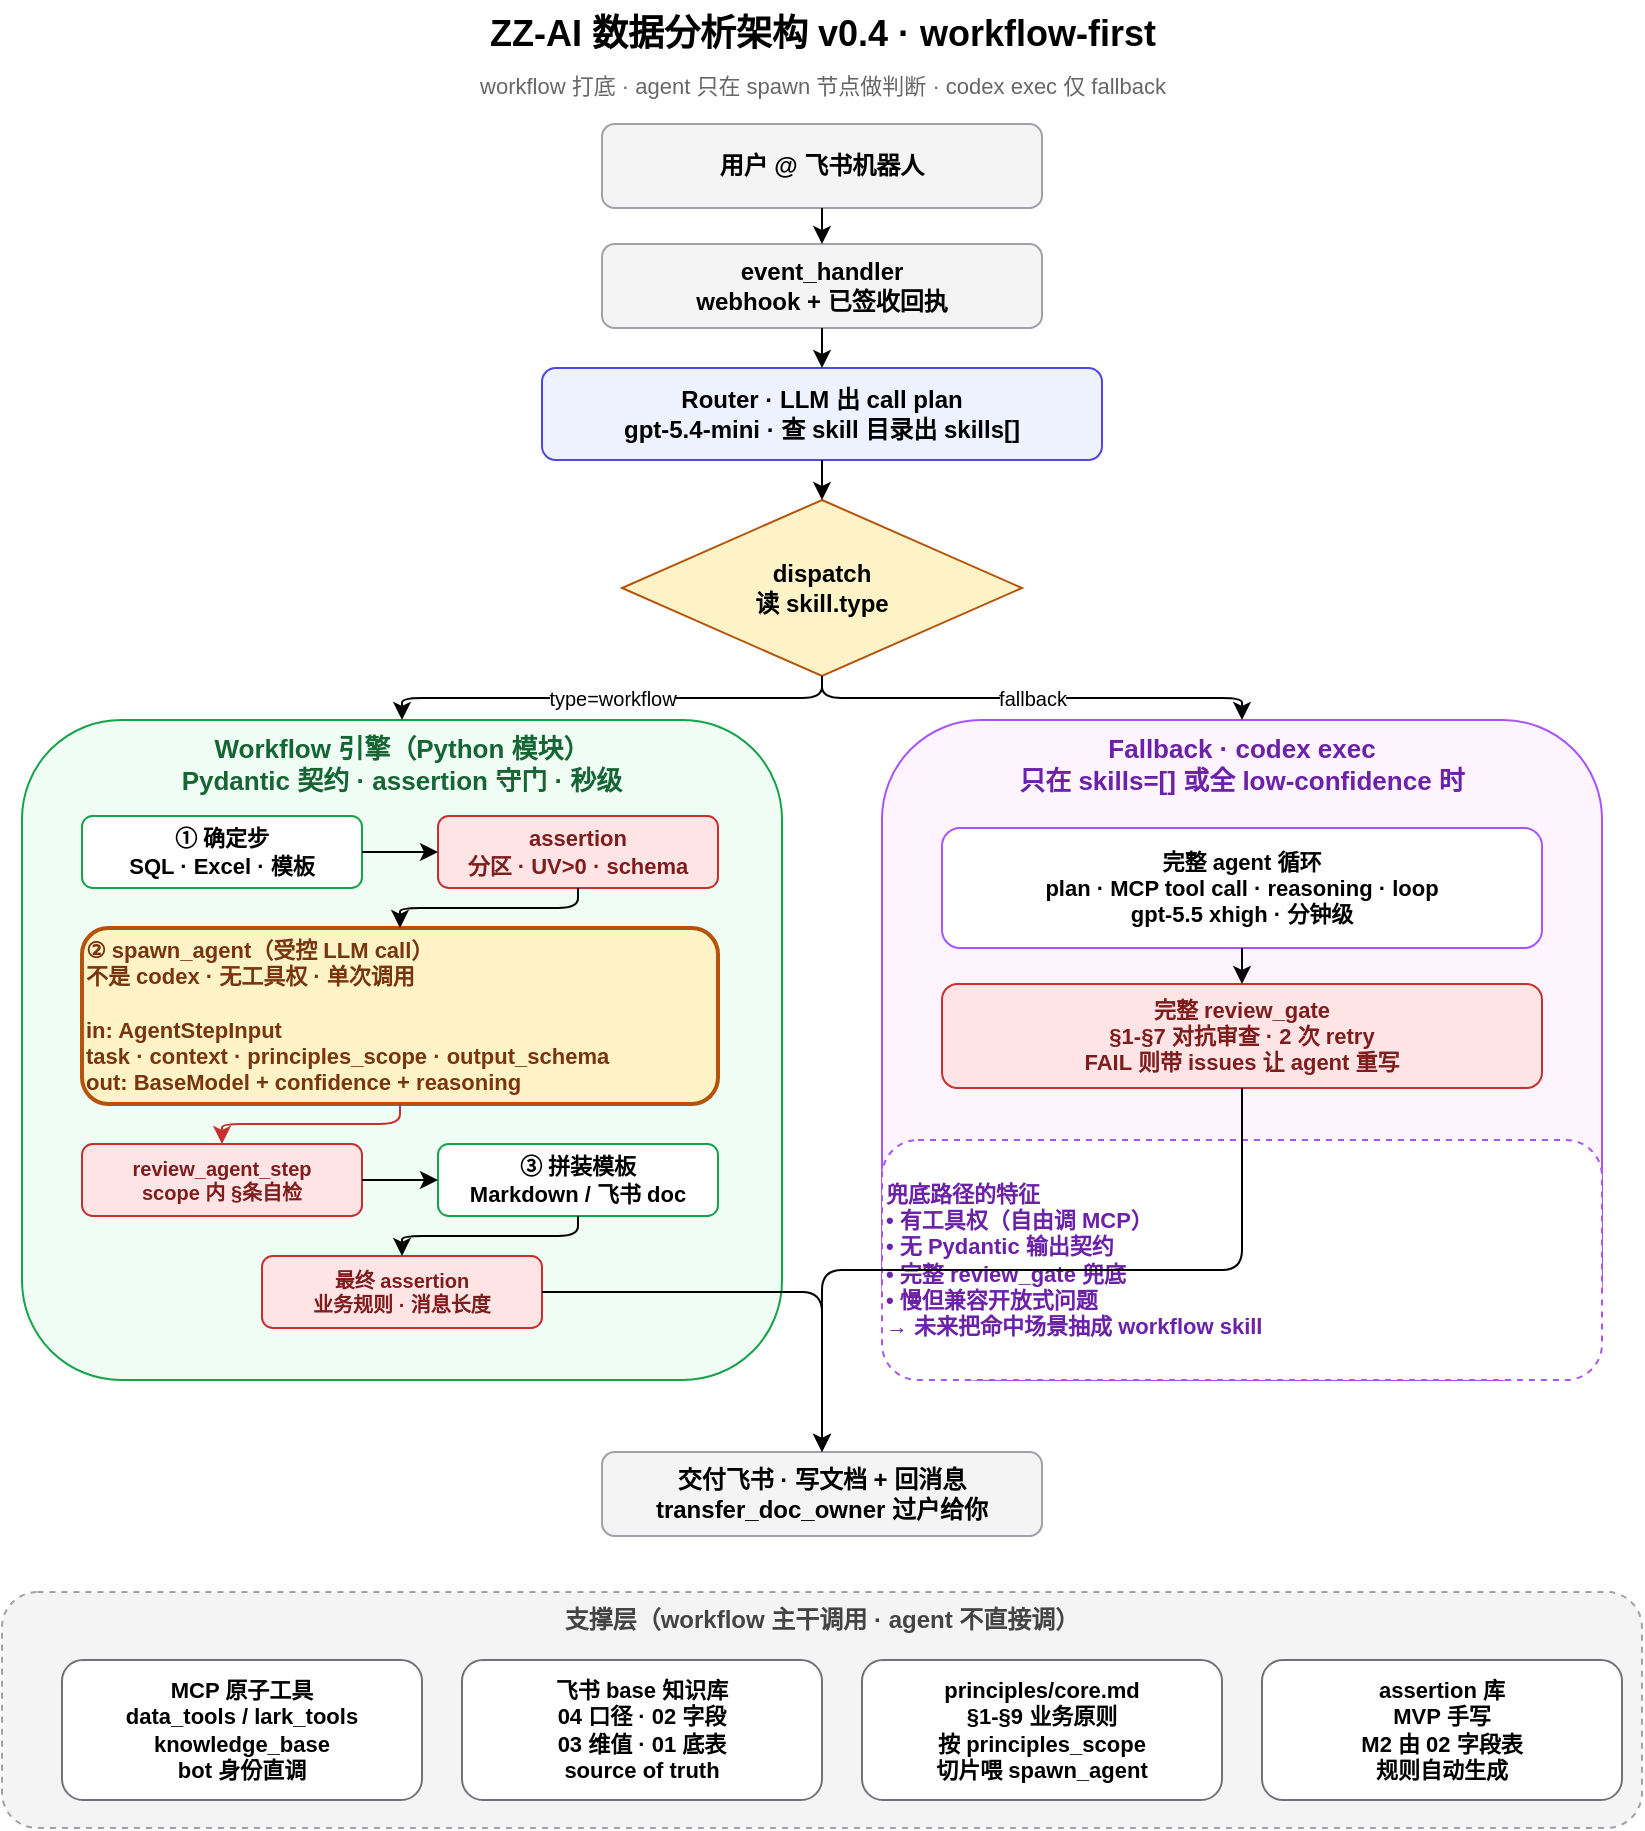
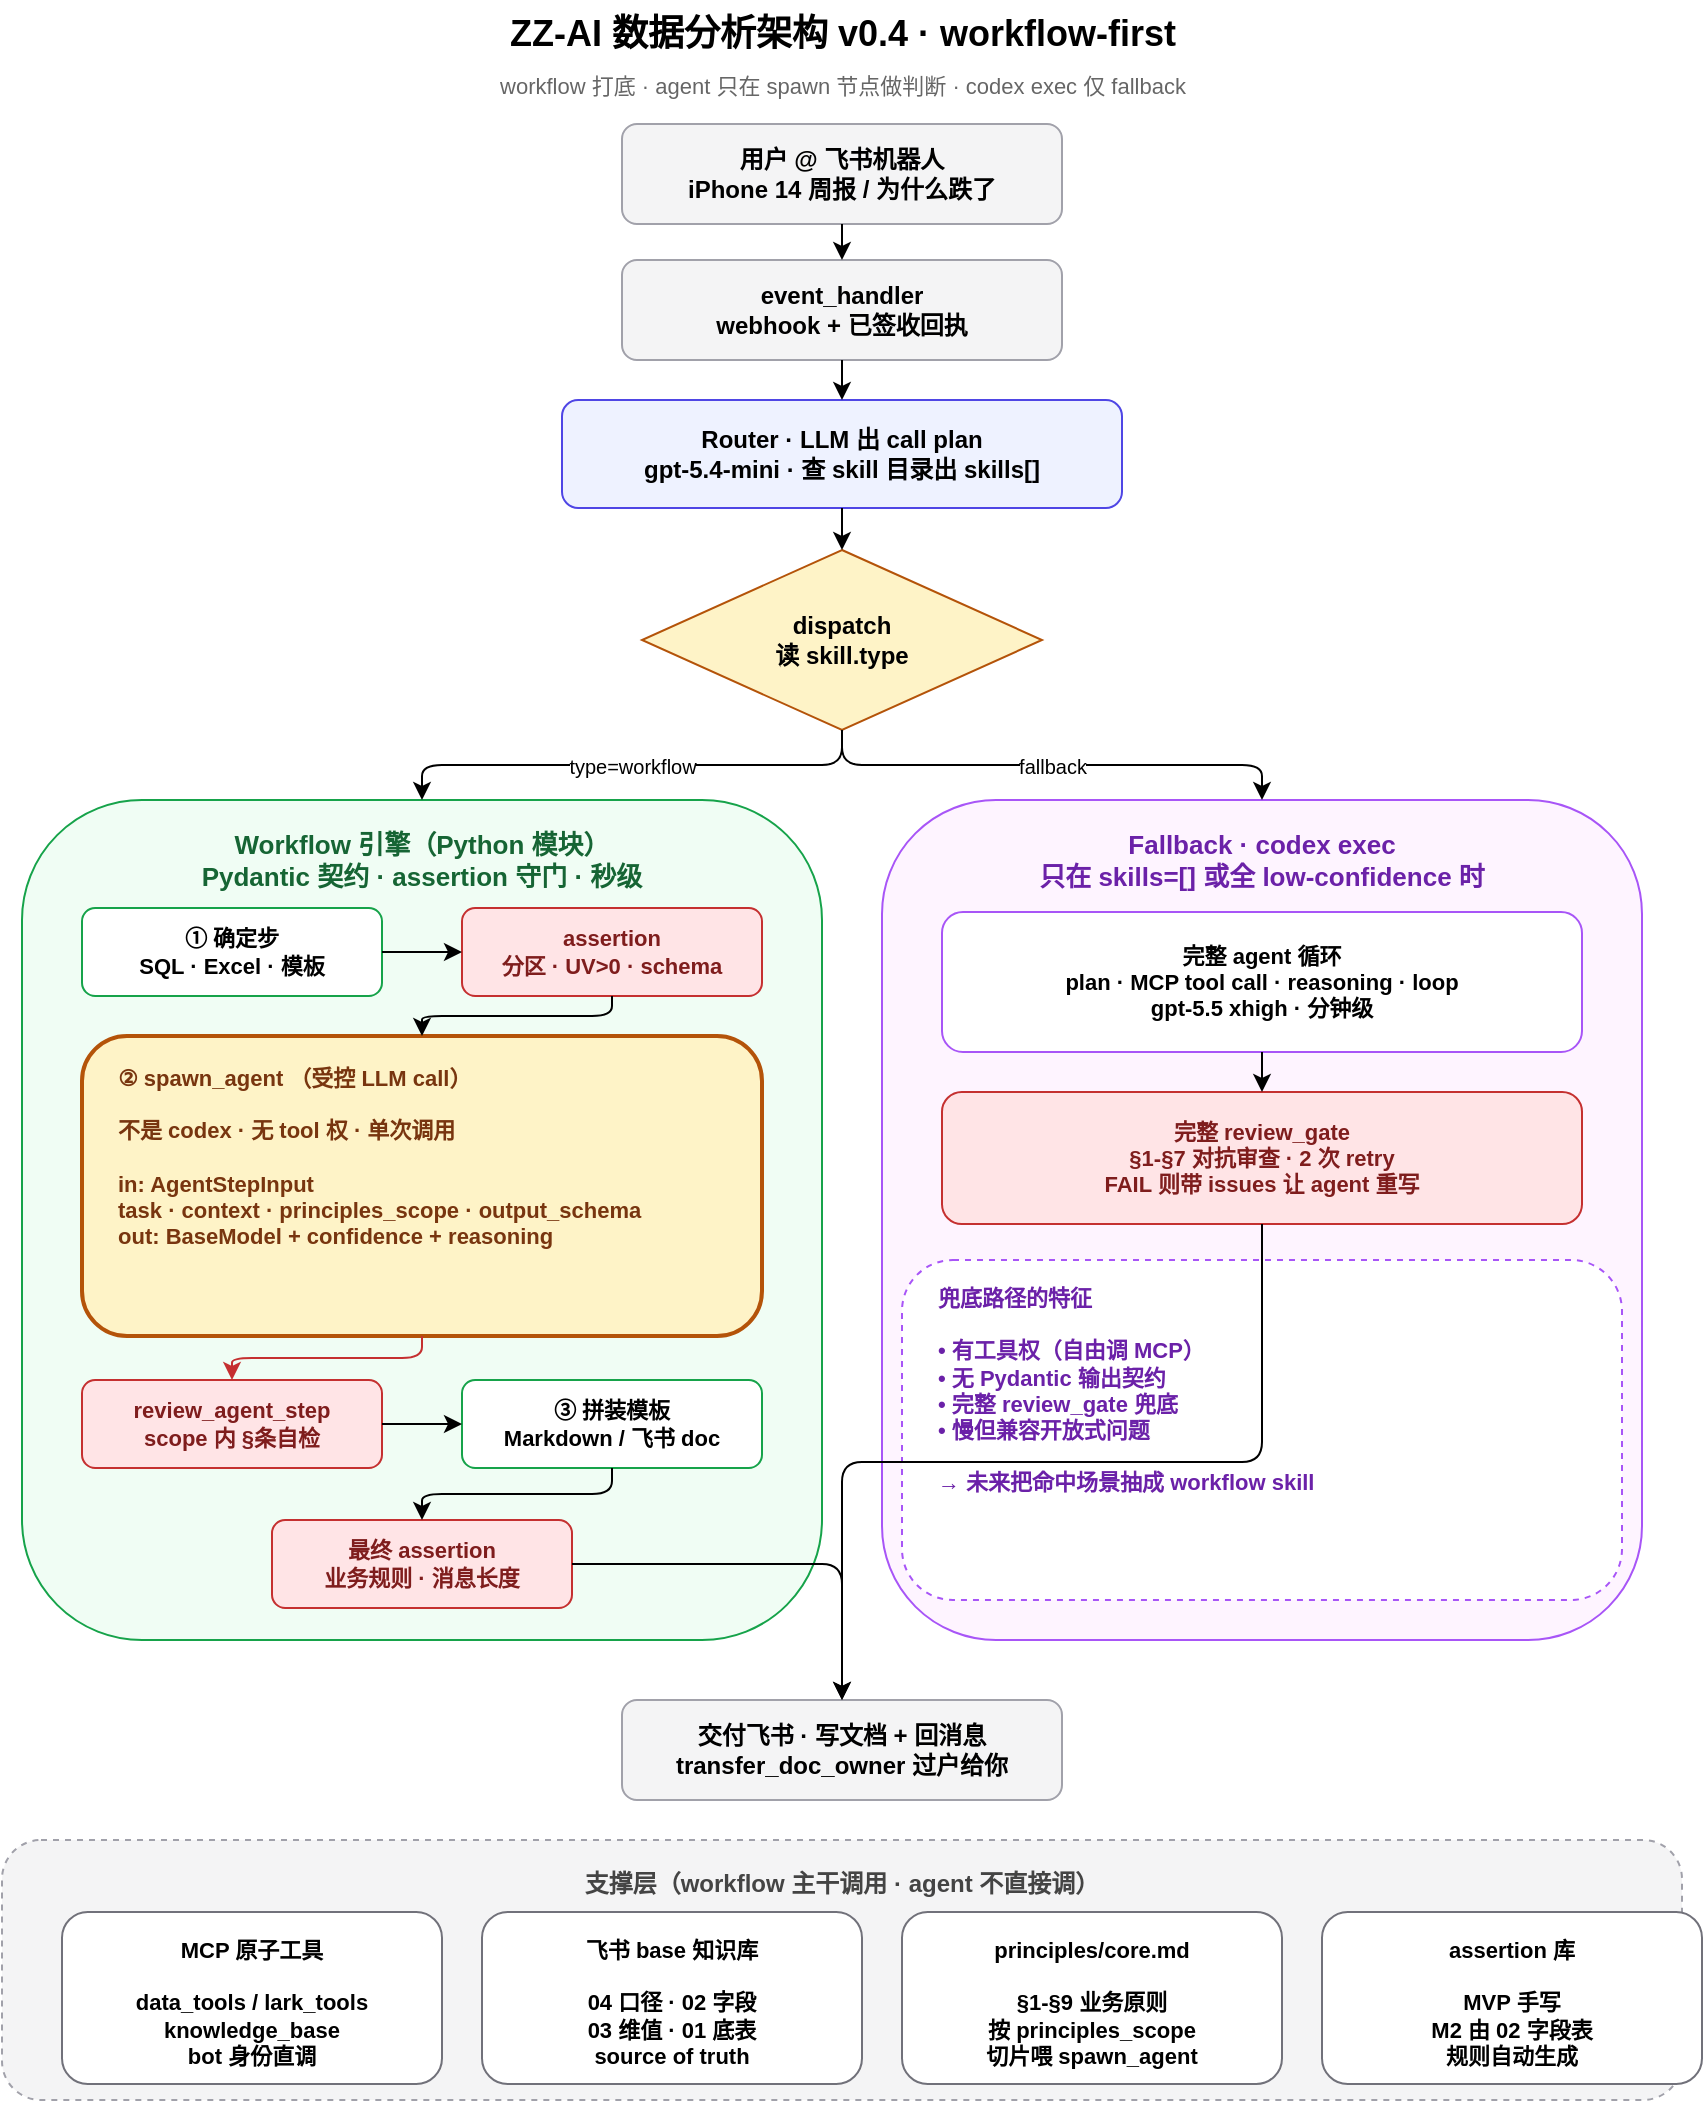
<mxfile host="app.diagrams.net" agent="claude" version="24.0.0">
  <diagram name="v0.4-workflow-first" id="arch">
-     <mxGraphModel dx="1422" dy="900" grid="1" gridSize="10" guides="1" tooltips="1" connect="1" arrows="1" fold="1" page="1" pageScale="1" pageWidth="940" pageHeight="940" math="0" shadow="0">
+     <mxGraphModel dx="1422" dy="900" grid="1" gridSize="10" guides="1" tooltips="1" connect="1" arrows="1" fold="1" page="1" pageScale="1" pageWidth="940" pageHeight="1020" math="0" shadow="0">
      <root>
        <mxCell id="0"/>
        <mxCell id="1" parent="0"/>
        <mxCell id="title" value="ZZ-AI 数据分析架构 v0.4 · workflow-first" style="text;html=1;strokeColor=none;fillColor=none;align=center;fontSize=18;fontStyle=1" vertex="1" parent="1"><mxGeometry x="220" y="10" width="500" height="30" as="geometry"/></mxCell>
        <mxCell id="subtitle" value="workflow 打底 · agent 只在 spawn 节点做判断 · codex exec 仅 fallback" style="text;html=1;strokeColor=none;fillColor=none;align=center;fontSize=11;fontColor=#666" vertex="1" parent="1"><mxGeometry x="220" y="40" width="500" height="20" as="geometry"/></mxCell>
-         <mxCell id="user" value="用户 @ 飞书机器人" style="rounded=1;whiteSpace=wrap;html=1;fillColor=#f4f4f5;strokeColor=#a1a1aa;fontSize=12;fontStyle=1" vertex="1" parent="1"><mxGeometry x="360" y="72" width="220" height="42" as="geometry"/></mxCell>
-         <mxCell id="event" value="event_handler&#10;webhook + 已签收回执" style="rounded=1;whiteSpace=wrap;html=1;fillColor=#f4f4f5;strokeColor=#a1a1aa;fontSize=12;fontStyle=1" vertex="1" parent="1"><mxGeometry x="360" y="132" width="220" height="42" as="geometry"/></mxCell>
-         <mxCell id="router" value="Router · LLM 出 call plan&#10;gpt-5.4-mini · 查 skill 目录出 skills[]" style="rounded=1;whiteSpace=wrap;html=1;fillColor=#eef2ff;strokeColor=#4f46e5;fontSize=12;fontStyle=1" vertex="1" parent="1"><mxGeometry x="330" y="194" width="280" height="46" as="geometry"/></mxCell>
-         <mxCell id="dispatch" value="dispatch&#10;读 skill.type" style="rhombus;whiteSpace=wrap;html=1;fillColor=#fef3c7;strokeColor=#b45309;fontSize=12;fontStyle=1" vertex="1" parent="1"><mxGeometry x="370" y="260" width="200" height="88" as="geometry"/></mxCell>
-         <mxCell id="wf-container" value="Workflow 引擎（Python 模块）&#10;Pydantic 契约 · assertion 守门 · 秒级" style="rounded=1;whiteSpace=wrap;html=1;fillColor=#f0fdf4;strokeColor=#16a34a;fontSize=13;fontStyle=1;fontColor=#166534;verticalAlign=top" vertex="1" parent="1"><mxGeometry x="70" y="370" width="380" height="330" as="geometry"/></mxCell>
-         <mxCell id="wf1" value="① 确定步&#10;SQL · Excel · 模板" style="rounded=1;whiteSpace=wrap;html=1;fillColor=#ffffff;strokeColor=#16a34a;fontSize=11;fontStyle=1" vertex="1" parent="1"><mxGeometry x="100" y="418" width="140" height="36" as="geometry"/></mxCell>
-         <mxCell id="wf-assert1" value="assertion&#10;分区 · UV&gt;0 · schema" style="rounded=1;whiteSpace=wrap;html=1;fillColor=#ffe4e6;strokeColor=#c53030;fontSize=11;fontStyle=1;fontColor=#7f1d1d" vertex="1" parent="1"><mxGeometry x="278" y="418" width="140" height="36" as="geometry"/></mxCell>
-         <mxCell id="spawn" value="② spawn_agent（受控 LLM call）&#10;不是 codex · 无工具权 · 单次调用&#10;&#10;in:  AgentStepInput&#10;    task · context · principles_scope · output_schema&#10;out: BaseModel + confidence + reasoning" style="rounded=1;whiteSpace=wrap;html=1;fillColor=#fef3c7;strokeColor=#b45309;strokeWidth=2;fontSize=11;fontStyle=1;fontColor=#78350f;align=left" vertex="1" parent="1"><mxGeometry x="100" y="474" width="318" height="88" as="geometry"/></mxCell>
-         <mxCell id="wf-review" value="review_agent_step&#10;scope 内 §条自检" style="rounded=1;whiteSpace=wrap;html=1;fillColor=#ffe4e6;strokeColor=#c53030;fontSize=10;fontStyle=1;fontColor=#7f1d1d" vertex="1" parent="1"><mxGeometry x="100" y="582" width="140" height="36" as="geometry"/></mxCell>
-         <mxCell id="wf3" value="③ 拼装模板&#10;Markdown / 飞书 doc" style="rounded=1;whiteSpace=wrap;html=1;fillColor=#ffffff;strokeColor=#16a34a;fontSize=11;fontStyle=1" vertex="1" parent="1"><mxGeometry x="278" y="582" width="140" height="36" as="geometry"/></mxCell>
-         <mxCell id="wf-final" value="最终 assertion&#10;业务规则 · 消息长度" style="rounded=1;whiteSpace=wrap;html=1;fillColor=#ffe4e6;strokeColor=#c53030;fontSize=10;fontStyle=1;fontColor=#7f1d1d" vertex="1" parent="1"><mxGeometry x="190" y="638" width="140" height="36" as="geometry"/></mxCell>
-         <mxCell id="fb-container" value="Fallback · codex exec&#10;只在 skills=[] 或全 low-confidence 时" style="rounded=1;whiteSpace=wrap;html=1;fillColor=#fef4ff;strokeColor=#a855f7;fontSize=13;fontStyle=1;fontColor=#6b21a8;verticalAlign=top" vertex="1" parent="1"><mxGeometry x="500" y="370" width="360" height="330" as="geometry"/></mxCell>
-         <mxCell id="fb-loop" value="完整 agent 循环&#10;plan · MCP tool call · reasoning · loop&#10;gpt-5.5 xhigh · 分钟级" style="rounded=1;whiteSpace=wrap;html=1;fillColor=#ffffff;strokeColor=#a855f7;fontSize=11;fontStyle=1" vertex="1" parent="1"><mxGeometry x="530" y="424" width="300" height="60" as="geometry"/></mxCell>
-         <mxCell id="fb-review" value="完整 review_gate&#10;§1-§7 对抗审查 · 2 次 retry&#10;FAIL 则带 issues 让 agent 重写" style="rounded=1;whiteSpace=wrap;html=1;fillColor=#ffe4e6;strokeColor=#c53030;fontSize=11;fontStyle=1;fontColor=#7f1d1d" vertex="1" parent="1"><mxGeometry x="530" y="502" width="300" height="52" as="geometry"/></mxCell>
-         <mxCell id="fb-notes" value="兜底路径的特征&#10;• 有工具权（自由调 MCP）&#10;• 无 Pydantic 输出契约&#10;• 完整 review_gate 兜底&#10;• 慢但兼容开放式问题&#10;→ 未来把命中场景抽成 workflow skill" style="rounded=1;whiteSpace=wrap;html=1;fillColor=#ffffff;strokeColor=#a855f7;dashed=1;fontSize=11;fontStyle=1;fontColor=#6b21a8;align=left" vertex="1" parent="1"><mxGeometry x="500" y="580" width="360" height="120" as="geometry"/></mxCell>
-         <mxCell id="deliver" value="交付飞书 · 写文档 + 回消息&#10;transfer_doc_owner 过户给你" style="rounded=1;whiteSpace=wrap;html=1;fillColor=#f4f4f5;strokeColor=#a1a1aa;fontSize=12;fontStyle=1" vertex="1" parent="1"><mxGeometry x="360" y="736" width="220" height="42" as="geometry"/></mxCell>
-         <mxCell id="sup" value="支撑层（workflow 主干调用 · agent 不直接调）" style="rounded=1;whiteSpace=wrap;html=1;fillColor=#f4f4f5;strokeColor=#a1a1aa;dashed=1;fontSize=12;fontStyle=1;verticalAlign=top;fontColor=#444" vertex="1" parent="1"><mxGeometry x="60" y="806" width="820" height="118" as="geometry"/></mxCell>
-         <mxCell id="sup-mcp" value="MCP 原子工具&#10;data_tools / lark_tools&#10;knowledge_base&#10;bot 身份直调" style="rounded=1;whiteSpace=wrap;html=1;fillColor=#ffffff;strokeColor=#71717a;fontSize=11;fontStyle=1" vertex="1" parent="1"><mxGeometry x="90" y="840" width="180" height="70" as="geometry"/></mxCell>
-         <mxCell id="sup-base" value="飞书 base 知识库&#10;04 口径 · 02 字段&#10;03 维值 · 01 底表&#10;source of truth" style="rounded=1;whiteSpace=wrap;html=1;fillColor=#ffffff;strokeColor=#71717a;fontSize=11;fontStyle=1" vertex="1" parent="1"><mxGeometry x="290" y="840" width="180" height="70" as="geometry"/></mxCell>
-         <mxCell id="sup-princ" value="principles/core.md&#10;§1-§9 业务原则&#10;按 principles_scope&#10;切片喂 spawn_agent" style="rounded=1;whiteSpace=wrap;html=1;fillColor=#ffffff;strokeColor=#71717a;fontSize=11;fontStyle=1" vertex="1" parent="1"><mxGeometry x="490" y="840" width="180" height="70" as="geometry"/></mxCell>
-         <mxCell id="sup-assert" value="assertion 库&#10;MVP 手写&#10;M2 由 02 字段表&#10;规则自动生成" style="rounded=1;whiteSpace=wrap;html=1;fillColor=#ffffff;strokeColor=#71717a;fontSize=11;fontStyle=1" vertex="1" parent="1"><mxGeometry x="690" y="840" width="180" height="70" as="geometry"/></mxCell>
+         <mxCell id="user" value="用户 @ 飞书机器人&#10;iPhone 14 周报 / 为什么跌了" style="rounded=1;whiteSpace=wrap;html=1;fillColor=#f4f4f5;strokeColor=#a1a1aa;fontSize=12;fontStyle=1" vertex="1" parent="1"><mxGeometry x="360" y="72" width="220" height="50" as="geometry"/></mxCell>
+         <mxCell id="event" value="event_handler&#10;webhook + 已签收回执" style="rounded=1;whiteSpace=wrap;html=1;fillColor=#f4f4f5;strokeColor=#a1a1aa;fontSize=12;fontStyle=1" vertex="1" parent="1"><mxGeometry x="360" y="140" width="220" height="50" as="geometry"/></mxCell>
+         <mxCell id="router" value="Router · LLM 出 call plan&#10;gpt-5.4-mini · 查 skill 目录出 skills[]" style="rounded=1;whiteSpace=wrap;html=1;fillColor=#eef2ff;strokeColor=#4f46e5;fontSize=12;fontStyle=1" vertex="1" parent="1"><mxGeometry x="330" y="210" width="280" height="54" as="geometry"/></mxCell>
+         <mxCell id="dispatch" value="dispatch&#10;读 skill.type" style="rhombus;whiteSpace=wrap;html=1;fillColor=#fef3c7;strokeColor=#b45309;fontSize=12;fontStyle=1" vertex="1" parent="1"><mxGeometry x="370" y="285" width="200" height="90" as="geometry"/></mxCell>
+         <mxCell id="wf-container" value="Workflow 引擎（Python 模块）&#10;Pydantic 契约 · assertion 守门 · 秒级" style="rounded=1;whiteSpace=wrap;html=1;fillColor=#f0fdf4;strokeColor=#16a34a;fontSize=13;fontStyle=1;fontColor=#166534;verticalAlign=top;spacingTop=8" vertex="1" parent="1"><mxGeometry x="60" y="410" width="400" height="420" as="geometry"/></mxCell>
+         <mxCell id="wf1" value="① 确定步&#10;SQL · Excel · 模板" style="rounded=1;whiteSpace=wrap;html=1;fillColor=#ffffff;strokeColor=#16a34a;fontSize=11;fontStyle=1" vertex="1" parent="1"><mxGeometry x="90" y="464" width="150" height="44" as="geometry"/></mxCell>
+         <mxCell id="wf-assert1" value="assertion&#10;分区 · UV&gt;0 · schema" style="rounded=1;whiteSpace=wrap;html=1;fillColor=#ffe4e6;strokeColor=#c53030;fontSize=11;fontStyle=1;fontColor=#7f1d1d" vertex="1" parent="1"><mxGeometry x="280" y="464" width="150" height="44" as="geometry"/></mxCell>
+         <mxCell id="spawn" value="② spawn_agent （受控 LLM call）&#10;&#10;不是 codex · 无 tool 权 · 单次调用&#10;&#10;in:  AgentStepInput&#10;      task · context · principles_scope · output_schema&#10;out: BaseModel + confidence + reasoning" style="rounded=1;whiteSpace=wrap;html=1;fillColor=#fef3c7;strokeColor=#b45309;strokeWidth=2;fontSize=11;fontStyle=1;fontColor=#78350f;align=left;spacingLeft=16;spacingRight=12;spacingTop=8;spacingBottom=8;verticalAlign=top" vertex="1" parent="1"><mxGeometry x="90" y="528" width="340" height="150" as="geometry"/></mxCell>
+         <mxCell id="wf-review" value="review_agent_step&#10;scope 内 §条自检" style="rounded=1;whiteSpace=wrap;html=1;fillColor=#ffe4e6;strokeColor=#c53030;fontSize=11;fontStyle=1;fontColor=#7f1d1d" vertex="1" parent="1"><mxGeometry x="90" y="700" width="150" height="44" as="geometry"/></mxCell>
+         <mxCell id="wf3" value="③ 拼装模板&#10;Markdown / 飞书 doc" style="rounded=1;whiteSpace=wrap;html=1;fillColor=#ffffff;strokeColor=#16a34a;fontSize=11;fontStyle=1" vertex="1" parent="1"><mxGeometry x="280" y="700" width="150" height="44" as="geometry"/></mxCell>
+         <mxCell id="wf-final" value="最终 assertion&#10;业务规则 · 消息长度" style="rounded=1;whiteSpace=wrap;html=1;fillColor=#ffe4e6;strokeColor=#c53030;fontSize=11;fontStyle=1;fontColor=#7f1d1d" vertex="1" parent="1"><mxGeometry x="185" y="770" width="150" height="44" as="geometry"/></mxCell>
+         <mxCell id="fb-container" value="Fallback · codex exec&#10;只在 skills=[] 或全 low-confidence 时" style="rounded=1;whiteSpace=wrap;html=1;fillColor=#fef4ff;strokeColor=#a855f7;fontSize=13;fontStyle=1;fontColor=#6b21a8;verticalAlign=top;spacingTop=8" vertex="1" parent="1"><mxGeometry x="490" y="410" width="380" height="420" as="geometry"/></mxCell>
+         <mxCell id="fb-loop" value="完整 agent 循环&#10;plan · MCP tool call · reasoning · loop&#10;gpt-5.5 xhigh · 分钟级" style="rounded=1;whiteSpace=wrap;html=1;fillColor=#ffffff;strokeColor=#a855f7;fontSize=11;fontStyle=1" vertex="1" parent="1"><mxGeometry x="520" y="466" width="320" height="70" as="geometry"/></mxCell>
+         <mxCell id="fb-review" value="完整 review_gate&#10;§1-§7 对抗审查 · 2 次 retry&#10;FAIL 则带 issues 让 agent 重写" style="rounded=1;whiteSpace=wrap;html=1;fillColor=#ffe4e6;strokeColor=#c53030;fontSize=11;fontStyle=1;fontColor=#7f1d1d" vertex="1" parent="1"><mxGeometry x="520" y="556" width="320" height="66" as="geometry"/></mxCell>
+         <mxCell id="fb-notes" value="兜底路径的特征&#10;&#10;• 有工具权（自由调 MCP）&#10;• 无 Pydantic 输出契约&#10;• 完整 review_gate 兜底&#10;• 慢但兼容开放式问题&#10;&#10;→ 未来把命中场景抽成 workflow skill" style="rounded=1;whiteSpace=wrap;html=1;fillColor=#ffffff;strokeColor=#a855f7;dashed=1;fontSize=11;fontStyle=1;fontColor=#6b21a8;align=left;spacingLeft=16;verticalAlign=top;spacingTop=6" vertex="1" parent="1"><mxGeometry x="500" y="640" width="360" height="170" as="geometry"/></mxCell>
+         <mxCell id="deliver" value="交付飞书 · 写文档 + 回消息&#10;transfer_doc_owner 过户给你" style="rounded=1;whiteSpace=wrap;html=1;fillColor=#f4f4f5;strokeColor=#a1a1aa;fontSize=12;fontStyle=1" vertex="1" parent="1"><mxGeometry x="360" y="860" width="220" height="50" as="geometry"/></mxCell>
+         <mxCell id="sup" value="支撑层（workflow 主干调用 · agent 不直接调）" style="rounded=1;whiteSpace=wrap;html=1;fillColor=#f4f4f5;strokeColor=#a1a1aa;dashed=1;fontSize=12;fontStyle=1;verticalAlign=top;fontColor=#444;spacingTop=8" vertex="1" parent="1"><mxGeometry x="50" y="930" width="840" height="130" as="geometry"/></mxCell>
+         <mxCell id="sup-mcp" value="MCP 原子工具&#10;&#10;data_tools / lark_tools&#10;knowledge_base&#10;bot 身份直调" style="rounded=1;whiteSpace=wrap;html=1;fillColor=#ffffff;strokeColor=#71717a;fontSize=11;fontStyle=1;verticalAlign=top;spacingTop=6" vertex="1" parent="1"><mxGeometry x="80" y="966" width="190" height="86" as="geometry"/></mxCell>
+         <mxCell id="sup-base" value="飞书 base 知识库&#10;&#10;04 口径 · 02 字段&#10;03 维值 · 01 底表&#10;source of truth" style="rounded=1;whiteSpace=wrap;html=1;fillColor=#ffffff;strokeColor=#71717a;fontSize=11;fontStyle=1;verticalAlign=top;spacingTop=6" vertex="1" parent="1"><mxGeometry x="290" y="966" width="190" height="86" as="geometry"/></mxCell>
+         <mxCell id="sup-princ" value="principles/core.md&#10;&#10;§1-§9 业务原则&#10;按 principles_scope&#10;切片喂 spawn_agent" style="rounded=1;whiteSpace=wrap;html=1;fillColor=#ffffff;strokeColor=#71717a;fontSize=11;fontStyle=1;verticalAlign=top;spacingTop=6" vertex="1" parent="1"><mxGeometry x="500" y="966" width="190" height="86" as="geometry"/></mxCell>
+         <mxCell id="sup-assert" value="assertion 库&#10;&#10;MVP 手写&#10;M2 由 02 字段表&#10;规则自动生成" style="rounded=1;whiteSpace=wrap;html=1;fillColor=#ffffff;strokeColor=#71717a;fontSize=11;fontStyle=1;verticalAlign=top;spacingTop=6" vertex="1" parent="1"><mxGeometry x="710" y="966" width="190" height="86" as="geometry"/></mxCell>
        <mxCell id="e1" style="edgeStyle=orthogonalEdgeStyle;html=1;endArrow=classic" edge="1" parent="1" source="user" target="event"><mxGeometry relative="1" as="geometry"/></mxCell>
        <mxCell id="e2" style="edgeStyle=orthogonalEdgeStyle;html=1;endArrow=classic" edge="1" parent="1" source="event" target="router"><mxGeometry relative="1" as="geometry"/></mxCell>
        <mxCell id="e3" style="edgeStyle=orthogonalEdgeStyle;html=1;endArrow=classic" edge="1" parent="1" source="router" target="dispatch"><mxGeometry relative="1" as="geometry"/></mxCell>
        <mxCell id="e4" value="type=workflow" style="edgeStyle=orthogonalEdgeStyle;html=1;endArrow=classic;fontSize=10" edge="1" parent="1" source="dispatch" target="wf-container"><mxGeometry relative="1" as="geometry"/></mxCell>
        <mxCell id="e5" value="fallback" style="edgeStyle=orthogonalEdgeStyle;html=1;endArrow=classic;fontSize=10" edge="1" parent="1" source="dispatch" target="fb-container"><mxGeometry relative="1" as="geometry"/></mxCell>
        <mxCell id="e6" style="edgeStyle=orthogonalEdgeStyle;html=1;endArrow=classic" edge="1" parent="1" source="wf1" target="wf-assert1"><mxGeometry relative="1" as="geometry"/></mxCell>
        <mxCell id="e7" style="edgeStyle=orthogonalEdgeStyle;html=1;endArrow=classic" edge="1" parent="1" source="wf-assert1" target="spawn"><mxGeometry relative="1" as="geometry"/></mxCell>
        <mxCell id="e8" style="edgeStyle=orthogonalEdgeStyle;html=1;endArrow=classic;strokeColor=#c53030" edge="1" parent="1" source="spawn" target="wf-review"><mxGeometry relative="1" as="geometry"/></mxCell>
        <mxCell id="e9" style="edgeStyle=orthogonalEdgeStyle;html=1;endArrow=classic" edge="1" parent="1" source="wf-review" target="wf3"><mxGeometry relative="1" as="geometry"/></mxCell>
        <mxCell id="e10" style="edgeStyle=orthogonalEdgeStyle;html=1;endArrow=classic" edge="1" parent="1" source="wf3" target="wf-final"><mxGeometry relative="1" as="geometry"/></mxCell>
        <mxCell id="e11" style="edgeStyle=orthogonalEdgeStyle;html=1;endArrow=classic" edge="1" parent="1" source="wf-final" target="deliver"><mxGeometry relative="1" as="geometry"/></mxCell>
        <mxCell id="e12" style="edgeStyle=orthogonalEdgeStyle;html=1;endArrow=classic" edge="1" parent="1" source="fb-loop" target="fb-review"><mxGeometry relative="1" as="geometry"/></mxCell>
        <mxCell id="e13" style="edgeStyle=orthogonalEdgeStyle;html=1;endArrow=classic" edge="1" parent="1" source="fb-review" target="deliver"><mxGeometry relative="1" as="geometry"/></mxCell>
      </root>
    </mxGraphModel>
  </diagram>
</mxfile>
